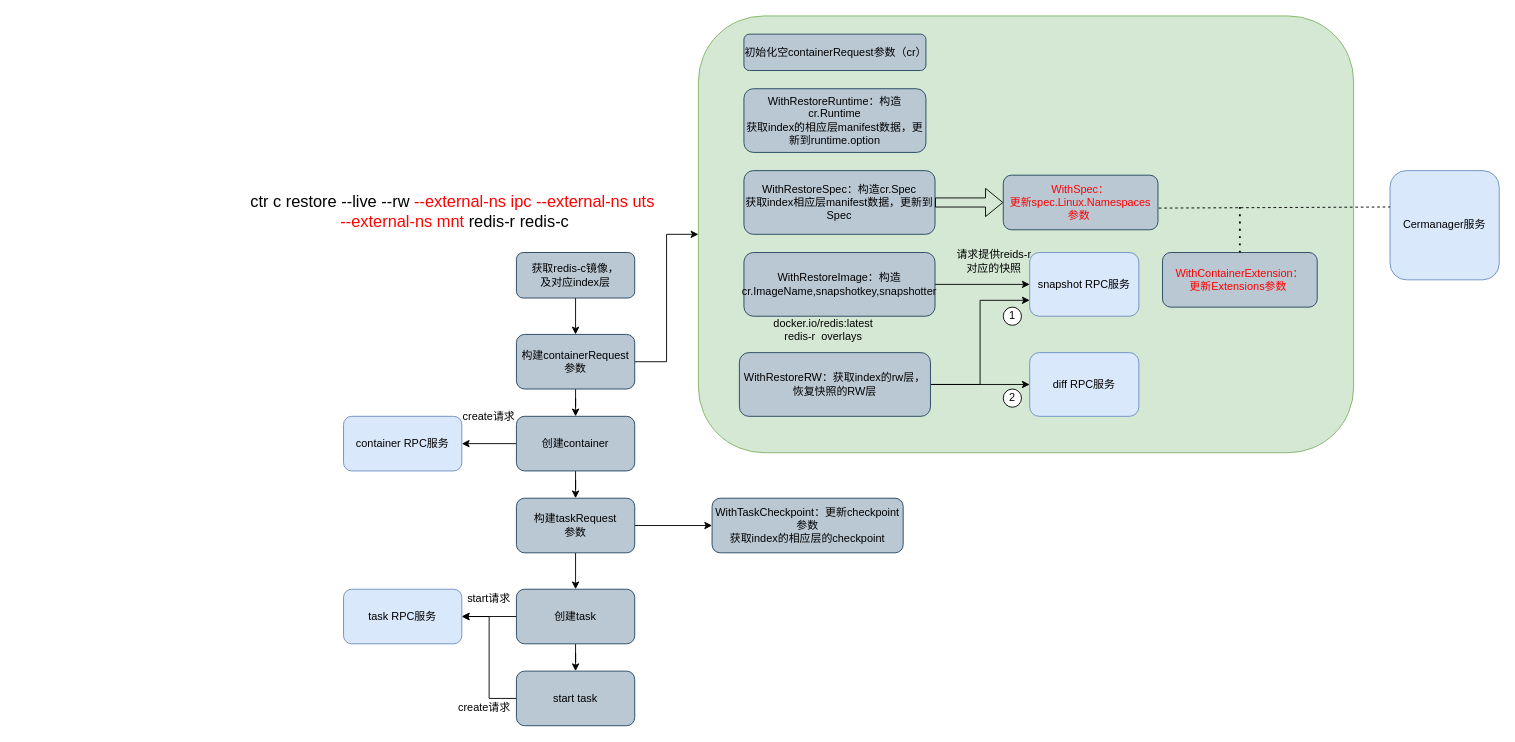
The draw.io diagram containerd.drawio in We1less1111/draw.io, before the edit. Source tidied: cells renumbered, new cells numbered last; positions are measured from the earlier drawing's top-left corner, leaving out a move shared by most shapes. Both pictures are drawn from the tidied source at 91%, with x=0, y=0 at pixel (170, 15).
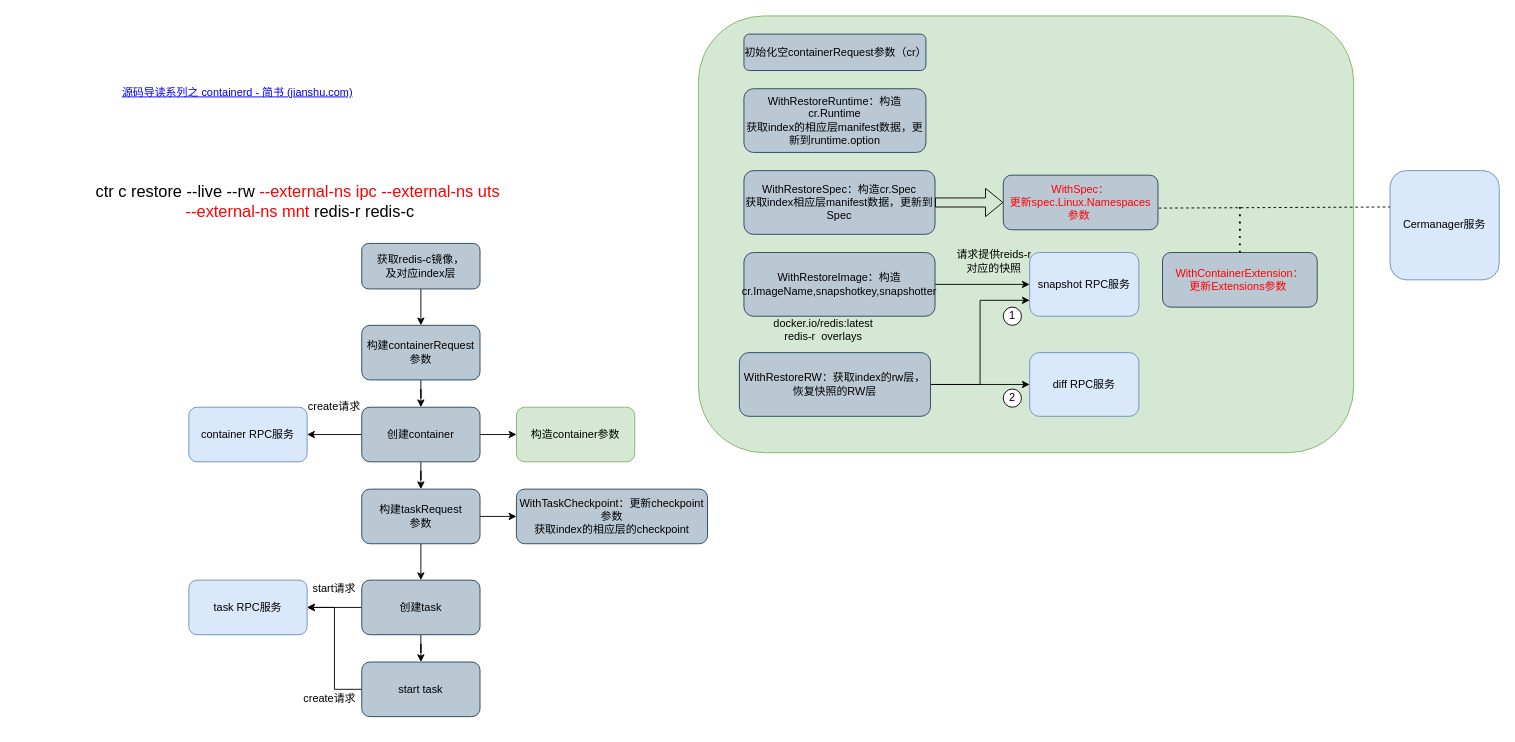
The same page after the edit.

Unchanged cells that the change refers to:
```xml
<mxCell id="2" style="rounded=1;whiteSpace=wrap;html=1;fillColor=#d5e8d4;strokeColor=#82b366;" parent="1" vertex="1">
  <mxGeometry x="580" width="720" height="480" as="geometry" />
</mxCell>
```

Change to the diagram source:
```diff
@@
     <mxCell id="3" value="&lt;font style=&quot;font-size: 18px;&quot;&gt;ctr c restore --live --rw &lt;font style=&quot;font-size: 18px;&quot; color=&quot;#ff0000&quot;&gt;--external-ns ipc --external-ns uts&amp;nbsp;&lt;/font&gt;&lt;/font&gt;&lt;div&gt;&lt;font style=&quot;font-size: 18px;&quot;&gt;&lt;font style=&quot;font-size: 18px;&quot; color=&quot;#ff0000&quot;&gt;--external-ns mnt&lt;/font&gt; redis-r redis-c&lt;/font&gt;&lt;/div&gt;" style="text;html=1;align=center;verticalAlign=middle;whiteSpace=wrap;rounded=0;" parent="1" vertex="1">
-      <mxGeometry y="190" width="625" height="50" as="geometry" />
+      <mxGeometry x="-170" y="180" width="625" height="50" as="geometry" />
     </mxCell>
@@
     <mxCell id="5" value="获取redis-c镜像，&lt;div&gt;及对应index层&lt;/div&gt;" style="rounded=1;whiteSpace=wrap;html=1;fillColor=#bac8d3;strokeColor=#23445d;" parent="1" vertex="1">
-      <mxGeometry x="380" y="260" width="130" height="50" as="geometry" />
+      <mxGeometry x="210" y="250" width="130" height="50" as="geometry" />
     </mxCell>
@@
-    <mxCell id="7" style="edgeStyle=orthogonalEdgeStyle;rounded=0;jettySize=auto;html=1;" parent="1" edge="1" source="8" target="2">
-      <mxGeometry relative="1" as="geometry" />
-    </mxCell>
     <mxCell id="8" value="构建containerRequest&lt;div&gt;参数&lt;/div&gt;" style="rounded=1;whiteSpace=wrap;html=1;fillColor=#bac8d3;strokeColor=#23445d;" parent="1" vertex="1">
-      <mxGeometry x="380" y="350" width="130" height="60" as="geometry" />
+      <mxGeometry x="210" y="340" width="130" height="60" as="geometry" />
     </mxCell>
@@
+    <mxCell id="46" style="edgeStyle=orthogonalEdgeStyle;rounded=0;jettySize=auto;html=1;entryX=0;entryY=0.5;entryDx=0;entryDy=0;" parent="1" edge="1" source="25" target="47">
+      <mxGeometry relative="1" as="geometry" />
+    </mxCell>
     <mxCell id="25" value="创建container" style="rounded=1;whiteSpace=wrap;html=1;fillColor=#bac8d3;strokeColor=#23445d;" parent="1" vertex="1">
-      <mxGeometry x="380" y="440" width="130" height="60" as="geometry" />
+      <mxGeometry x="210" y="430" width="130" height="60" as="geometry" />
     </mxCell>
     <mxCell id="26" value="container RPC服务" style="rounded=1;whiteSpace=wrap;html=1;fillColor=#dae8fc;strokeColor=#6c8ebf;" parent="1" vertex="1">
-      <mxGeometry x="190" y="440" width="130" height="60" as="geometry" />
+      <mxGeometry x="20" y="430" width="130" height="60" as="geometry" />
     </mxCell>
@@
     <mxCell id="29" value="构建taskRequest&lt;div&gt;参数&lt;/div&gt;" style="rounded=1;whiteSpace=wrap;html=1;fillColor=#bac8d3;strokeColor=#23445d;" parent="1" vertex="1">
-      <mxGeometry x="380" y="530" width="130" height="60" as="geometry" />
+      <mxGeometry x="210" y="520" width="130" height="60" as="geometry" />
     </mxCell>
     <mxCell id="30" value="&lt;div&gt;WithTaskCheckpoint：更新checkpoint参数&lt;/div&gt;&lt;div&gt;获取index的相应层的&lt;span style=&quot;background-color: initial;&quot;&gt;checkpoint&lt;/span&gt;&lt;/div&gt;" style="rounded=1;whiteSpace=wrap;html=1;fillColor=#bac8d3;strokeColor=#23445d;" parent="1" vertex="1">
-      <mxGeometry x="595" y="530" width="210" height="60" as="geometry" />
+      <mxGeometry x="380" y="520" width="210" height="60" as="geometry" />
     </mxCell>
     <mxCell id="31" value="task RPC服务" style="rounded=1;whiteSpace=wrap;html=1;fillColor=#dae8fc;strokeColor=#6c8ebf;" parent="1" vertex="1">
-      <mxGeometry x="190" y="630" width="130" height="60" as="geometry" />
+      <mxGeometry x="20" y="620" width="130" height="60" as="geometry" />
     </mxCell>
     <mxCell id="32" value="create请求" style="text;html=1;align=center;verticalAlign=middle;whiteSpace=wrap;rounded=0;" parent="1" vertex="1">
-      <mxGeometry x="290" y="410" width="120" height="60" as="geometry" />
+      <mxGeometry x="120" y="400" width="120" height="60" as="geometry" />
     </mxCell>
     <mxCell id="33" value="create请求" style="text;html=1;align=center;verticalAlign=middle;whiteSpace=wrap;rounded=0;" parent="1" vertex="1">
-      <mxGeometry x="300" y="740" width="90" height="40" as="geometry" />
+      <mxGeometry x="130" y="730" width="90" height="40" as="geometry" />
     </mxCell>
@@
     <mxCell id="35" value="start task" style="rounded=1;whiteSpace=wrap;html=1;fillColor=#bac8d3;strokeColor=#23445d;" parent="1" vertex="1">
-      <mxGeometry x="380" y="720" width="130" height="60" as="geometry" />
+      <mxGeometry x="210" y="710" width="130" height="60" as="geometry" />
     </mxCell>
     <mxCell id="36" value="start请求" style="text;html=1;align=center;verticalAlign=middle;whiteSpace=wrap;rounded=0;" parent="1" vertex="1">
-      <mxGeometry x="305" y="620" width="90" height="40" as="geometry" />
+      <mxGeometry x="135" y="610" width="90" height="40" as="geometry" />
     </mxCell>
@@
     <mxCell id="39" value="创建task" style="rounded=1;whiteSpace=wrap;html=1;fillColor=#bac8d3;strokeColor=#23445d;" parent="1" vertex="1">
-      <mxGeometry x="380" y="630" width="130" height="60" as="geometry" />
+      <mxGeometry x="210" y="620" width="130" height="60" as="geometry" />
     </mxCell>
@@
+    <mxCell id="47" value="构造container参数" style="rounded=1;whiteSpace=wrap;html=1;fillColor=#d5e8d4;strokeColor=#82b366;" parent="1" vertex="1">
+      <mxGeometry x="380" y="430" width="130" height="60" as="geometry" />
+    </mxCell>
+    <mxCell id="48" value="&lt;a href=&quot;https://www.jianshu.com/p/d8f6c40280f8&quot;&gt;源码导读系列之 containerd - 简书 (jianshu.com)&lt;/a&gt;" style="text;whiteSpace=wrap;html=1;" parent="1" vertex="1">
+      <mxGeometry x="-55" y="70" width="680" height="40" as="geometry" />
+    </mxCell>
```
